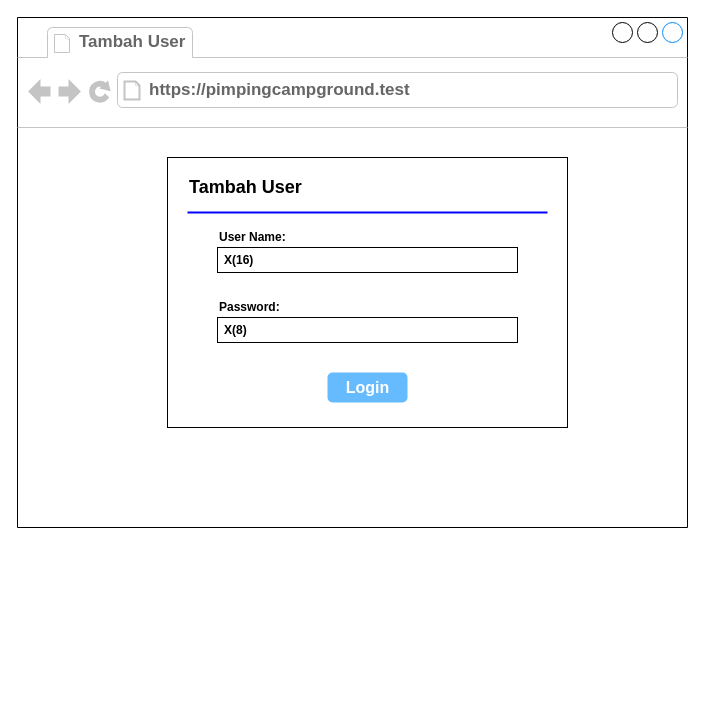
The draw.io diagram page "input-data-user" (19 of 24) of Untitled Diagram.drawio in afdikomayte/UDD-PMI-blood-donation-service, before the edit. Source tidied: cells renumbered, new cells numbered last; positions are measured from the earlier drawing's top-left corner, leaving out a move shared by most shapes. Both pictures are drawn from the tidied source at 100%, with x=0, y=0 at pixel (17, 17).
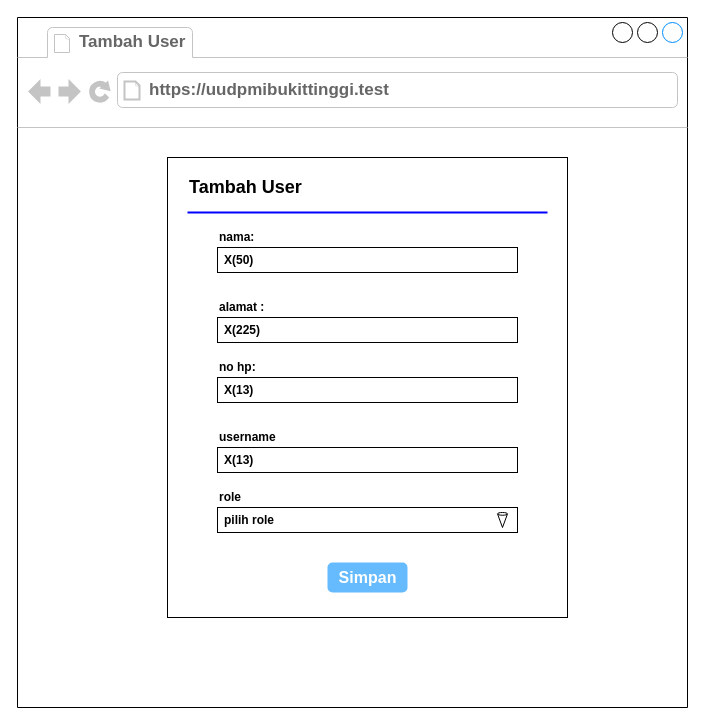
After the change.

What changed in the source:
```diff
@@
     <mxCell id="2" style="strokeWidth=1;shadow=0;dashed=0;align=center;html=1;shape=mxgraph.mockup.containers.browserWindow;rSize=0;strokeColor=#000000;strokeColor2=#008cff;strokeColor3=#c4c4c4;mainText=,;fontStyle=1;" parent="1" vertex="1">
-      <mxGeometry width="670" height="510" as="geometry" />
+      <mxGeometry width="670" height="690" as="geometry" />
     </mxCell>
@@
-    <mxCell id="4" value="https://pimpingcampground.test" style="strokeWidth=1;shadow=0;dashed=0;align=center;html=1;shape=mxgraph.mockup.containers.anchor;rSize=0;fontSize=17;fontColor=#666666;align=left;fontStyle=1;" parent="2" vertex="1">
+    <mxCell id="4" value="https://uudpmibukittinggi.test" style="strokeWidth=1;shadow=0;dashed=0;align=center;html=1;shape=mxgraph.mockup.containers.anchor;rSize=0;fontSize=17;fontColor=#666666;align=left;fontStyle=1;" parent="2" vertex="1">
       <mxGeometry x="130" y="60" width="250" height="26" as="geometry" />
     </mxCell>
     <mxCell id="5" style="strokeWidth=1;shadow=0;dashed=0;align=center;html=1;shape=mxgraph.mockup.forms.rrect;rSize=0;strokeColor=#000000;fillColor=#ffffff;fontColor=#000000;fontStyle=1;" parent="2" vertex="1">
-      <mxGeometry x="150" y="140" width="400" height="270" as="geometry" />
+      <mxGeometry x="150" y="140" width="400" height="460" as="geometry" />
     </mxCell>
@@
-    <mxCell id="8" value="User Name:" style="strokeWidth=1;shadow=0;dashed=0;align=center;html=1;shape=mxgraph.mockup.forms.anchor;fontSize=12;fontColor=#000000;align=left;spacingLeft=0;fontStyle=1;" parent="5" vertex="1">
+    <mxCell id="8" value="nama:" style="strokeWidth=1;shadow=0;dashed=0;align=center;html=1;shape=mxgraph.mockup.forms.anchor;fontSize=12;fontColor=#000000;align=left;spacingLeft=0;fontStyle=1;" parent="5" vertex="1">
       <mxGeometry width="200" height="20" relative="1" as="geometry">
         <mxPoint x="50" y="70" as="offset" />
       </mxGeometry>
     </mxCell>
-    <mxCell id="9" value="X(16)" style="strokeWidth=1;shadow=0;dashed=0;align=center;html=1;shape=mxgraph.mockup.forms.rrect;rSize=0;strokeColor=#000000;fontColor=#000000;align=left;spacingLeft=5;fontStyle=1;" parent="5" vertex="1">
+    <mxCell id="9" value="X(50)" style="strokeWidth=1;shadow=0;dashed=0;align=center;html=1;shape=mxgraph.mockup.forms.rrect;rSize=0;strokeColor=#000000;fontColor=#000000;align=left;spacingLeft=5;fontStyle=1;" parent="5" vertex="1">
       <mxGeometry width="300" height="25" relative="1" as="geometry">
         <mxPoint x="50" y="90" as="offset" />
       </mxGeometry>
     </mxCell>
-    <mxCell id="10" value="Password:" style="strokeWidth=1;shadow=0;dashed=0;align=center;html=1;shape=mxgraph.mockup.forms.anchor;fontSize=12;fontColor=#000000;align=left;spacingLeft=0;fontStyle=1;" parent="5" vertex="1">
+    <mxCell id="10" value="alamat :" style="strokeWidth=1;shadow=0;dashed=0;align=center;html=1;shape=mxgraph.mockup.forms.anchor;fontSize=12;fontColor=#000000;align=left;spacingLeft=0;fontStyle=1;" parent="5" vertex="1">
       <mxGeometry width="200" height="20" relative="1" as="geometry">
         <mxPoint x="50" y="140" as="offset" />
       </mxGeometry>
     </mxCell>
-    <mxCell id="11" value="X(8)" style="strokeWidth=1;shadow=0;dashed=0;align=center;html=1;shape=mxgraph.mockup.forms.rrect;rSize=0;strokeColor=#000000;fontColor=#000000;align=left;spacingLeft=5;fontStyle=1;" parent="5" vertex="1">
+    <mxCell id="11" value="X(225)" style="strokeWidth=1;shadow=0;dashed=0;align=center;html=1;shape=mxgraph.mockup.forms.rrect;rSize=0;strokeColor=#000000;fontColor=#000000;align=left;spacingLeft=5;fontStyle=1;" parent="5" vertex="1">
       <mxGeometry width="300" height="25" relative="1" as="geometry">
         <mxPoint x="50" y="160" as="offset" />
       </mxGeometry>
     </mxCell>
-    <mxCell id="12" value="Login" style="strokeWidth=1;shadow=0;dashed=0;align=center;shape=mxgraph.mockup.forms.rrect;rSize=5;strokeColor=none;fontColor=#ffffff;fillColor=#66bbff;fontSize=16;fontStyle=1;html=1;" parent="5" vertex="1">
+    <mxCell id="12" value="Simpan" style="strokeWidth=1;shadow=0;dashed=0;align=center;shape=mxgraph.mockup.forms.rrect;rSize=5;strokeColor=none;fontColor=#ffffff;fillColor=#66bbff;fontSize=16;fontStyle=1;html=1;" parent="5" vertex="1">
       <mxGeometry y="1" width="80" height="30" relative="1" as="geometry">
         <mxPoint x="160" y="-55" as="offset" />
       </mxGeometry>
     </mxCell>
+    <mxCell id="13" style="group;" parent="5" vertex="1">
+      <mxGeometry x="50" y="200" width="300" height="45" as="geometry" />
+    </mxCell>
+    <mxCell id="14" value="no hp:" style="strokeWidth=1;shadow=0;dashed=0;align=center;html=1;shape=mxgraph.mockup.forms.anchor;fontSize=12;fontColor=#000000;align=left;spacingLeft=0;fontStyle=1;" parent="13" vertex="1">
+      <mxGeometry width="200" height="20" as="geometry" />
+    </mxCell>
+    <mxCell id="15" value="X(13)" style="strokeWidth=1;shadow=0;dashed=0;align=center;html=1;shape=mxgraph.mockup.forms.rrect;rSize=0;strokeColor=#000000;fontColor=#000000;align=left;spacingLeft=5;fontStyle=1;" parent="13" vertex="1">
+      <mxGeometry y="20" width="300" height="25" as="geometry" />
+    </mxCell>
+    <mxCell id="16" style="group;" parent="5" vertex="1">
+      <mxGeometry x="50" y="270" width="300" height="45" as="geometry" />
+    </mxCell>
+    <mxCell id="17" value="username" style="strokeWidth=1;shadow=0;dashed=0;align=center;html=1;shape=mxgraph.mockup.forms.anchor;fontSize=12;fontColor=#000000;align=left;spacingLeft=0;fontStyle=1;" parent="16" vertex="1">
+      <mxGeometry width="200" height="20" as="geometry" />
+    </mxCell>
+    <mxCell id="18" value="X(13)" style="strokeWidth=1;shadow=0;dashed=0;align=center;html=1;shape=mxgraph.mockup.forms.rrect;rSize=0;strokeColor=#000000;fontColor=#000000;align=left;spacingLeft=5;fontStyle=1;" parent="16" vertex="1">
+      <mxGeometry y="20" width="300" height="25" as="geometry" />
+    </mxCell>
+    <mxCell id="19" style="group;" parent="5" vertex="1">
+      <mxGeometry x="50" y="330" width="300" height="45" as="geometry" />
+    </mxCell>
+    <mxCell id="20" value="role" style="strokeWidth=1;shadow=0;dashed=0;align=center;html=1;shape=mxgraph.mockup.forms.anchor;fontSize=12;fontColor=#000000;align=left;spacingLeft=0;fontStyle=1;" parent="19" vertex="1">
+      <mxGeometry width="200" height="20" as="geometry" />
+    </mxCell>
+    <mxCell id="21" value="pilih role" style="strokeWidth=1;shadow=0;dashed=0;align=center;html=1;shape=mxgraph.mockup.forms.rrect;rSize=0;strokeColor=#000000;fontColor=#000000;align=left;spacingLeft=5;fontStyle=1;" parent="19" vertex="1">
+      <mxGeometry y="20" width="300" height="25" as="geometry" />
+    </mxCell>
+    <mxCell id="22" style="verticalLabelPosition=bottom;verticalAlign=top;html=1;shape=mxgraph.basic.cone;direction=west;" parent="19" vertex="1">
+      <mxGeometry x="280" y="25" width="10" height="15" as="geometry" />
+    </mxCell>
```
